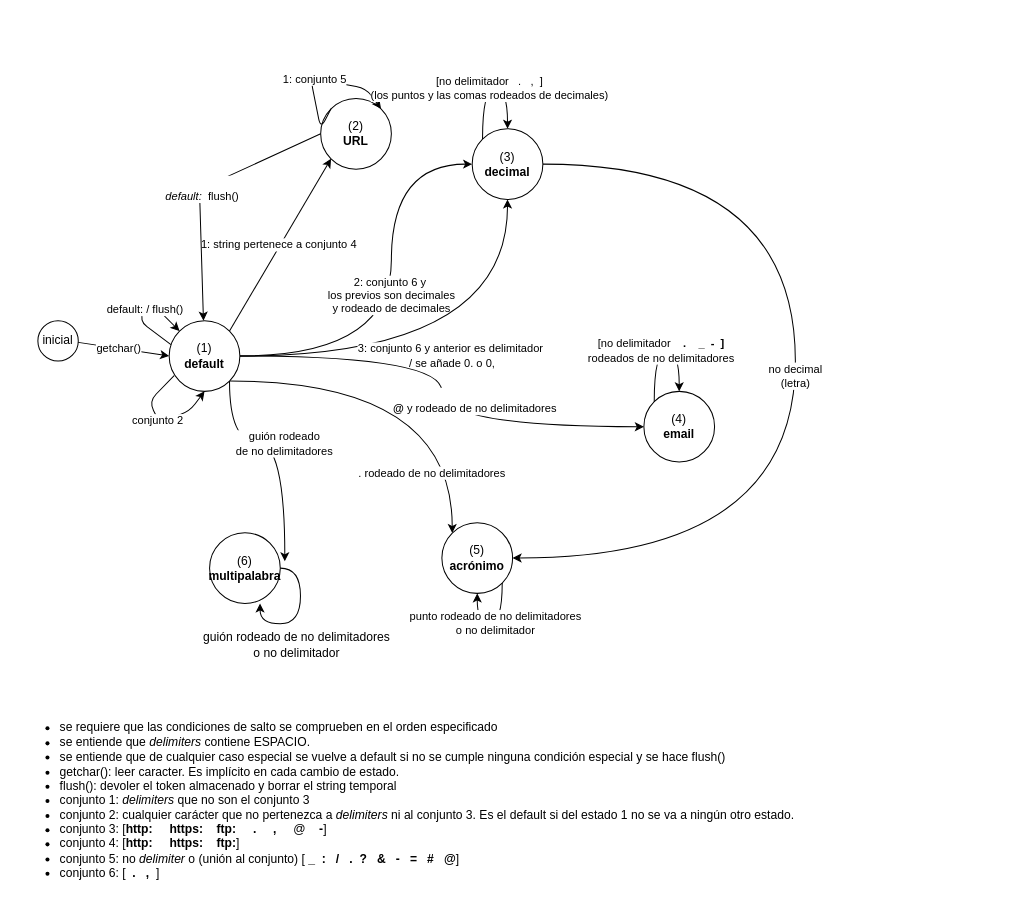
jorgeDonis/buscadorEI keeps this draw.io diagram as diagrama_tokenizador.drawio. Above is the earlier version. Source tidied: cells renumbered, new cells numbered last; positions are measured from the earlier drawing's top-left corner, leaving out a move shared by most shapes. Both pictures are drawn from the tidied source at 101%, with x=0, y=0 at pixel (17, 78).
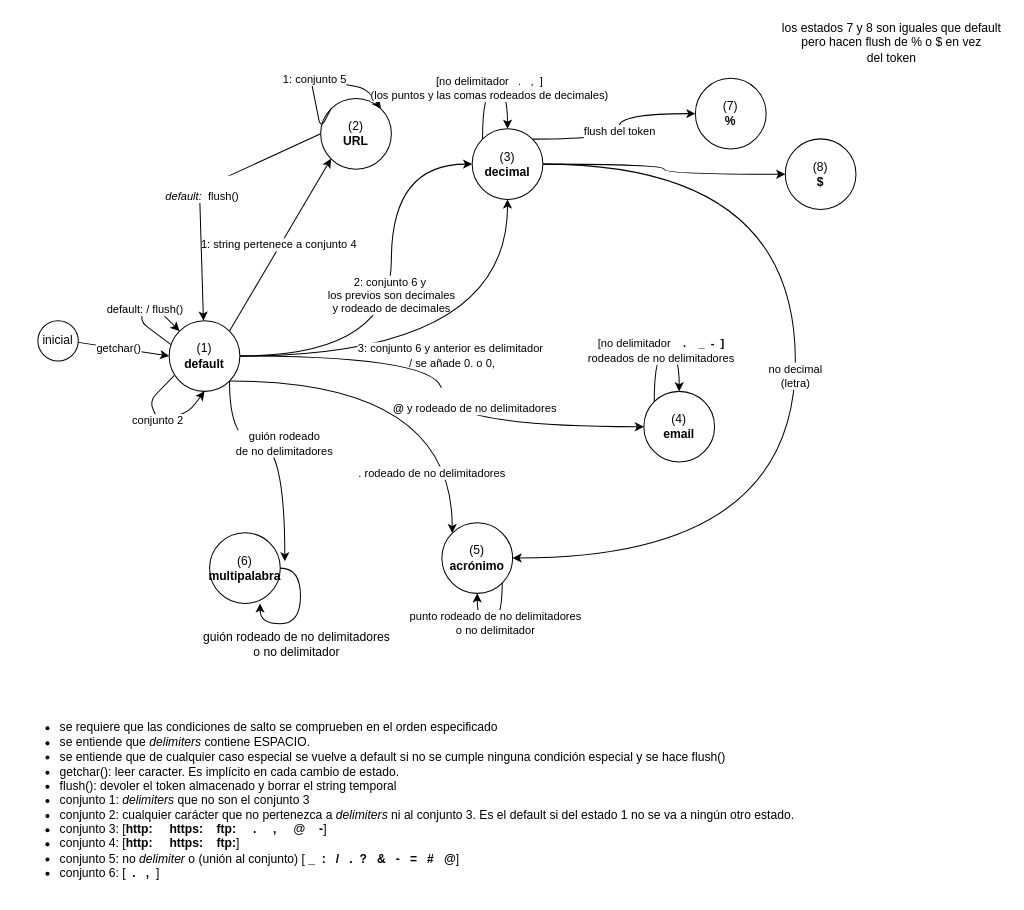
The same diagram, later.

The change refers to these unchanged cells:
```xml
<mxCell id="19" value="(3)&lt;br&gt;&lt;b&gt;decimal&lt;/b&gt;" style="ellipse;whiteSpace=wrap;html=1;" parent="1" vertex="1">
  <mxGeometry x="450" y="50" width="70" height="70" as="geometry" />
</mxCell>
```

What changed in the source:
```diff
@@
+    <mxCell id="27" value="flush del token" style="edgeStyle=orthogonalEdgeStyle;rounded=0;jettySize=auto;html=1;exitX=1;exitY=0;exitDx=0;exitDy=0;curved=1;" parent="1" edge="1" source="19" target="29">
+      <mxGeometry relative="1" as="geometry" />
+    </mxCell>
+    <mxCell id="28" style="edgeStyle=orthogonalEdgeStyle;curved=1;rounded=0;jettySize=auto;html=1;exitX=1;exitY=0.5;exitDx=0;exitDy=0;" parent="1" edge="1" source="19" target="31">
+      <mxGeometry relative="1" as="geometry" />
+    </mxCell>
@@
+    <mxCell id="29" value="(7)&lt;br&gt;&lt;b&gt;%&lt;br&gt;&lt;/b&gt;" style="ellipse;whiteSpace=wrap;html=1;" parent="1" vertex="1">
+      <mxGeometry x="671" width="70" height="70" as="geometry" />
+    </mxCell>
+    <mxCell id="30" value="los estados 7 y 8 son iguales que default&lt;br&gt;pero hacen flush de % o $ en vez&lt;br&gt;del token" style="text;html=1;align=center;verticalAlign=middle;" parent="1" vertex="1">
+      <mxGeometry x="750" y="-60" width="230" height="50" as="geometry" />
+    </mxCell>
+    <mxCell id="31" value="(8)&lt;br&gt;&lt;b&gt;$&lt;br&gt;&lt;/b&gt;" style="ellipse;whiteSpace=wrap;html=1;" parent="1" vertex="1">
+      <mxGeometry x="760" y="60" width="70" height="70" as="geometry" />
+    </mxCell>
```
